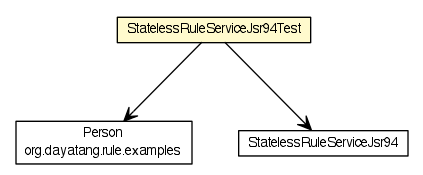
The Graphviz diagram testapidocs/org/dayatang/rule/impl/StatelessRuleServiceJsr94Test.png in dayatang/dddlib, before a commit. Its source is kept beside it as testapidocs/org/dayatang/rule/impl/StatelessRuleServiceJsr94Test.dot. The source it was exported from:
```dot

digraph G {
	edge [fontname="Helvetica",fontsize=10,labelfontname="Helvetica",labelfontsize=10];
	node [fontname="Helvetica",fontsize=10,shape=plaintext];
	nodesep=0.25;
	ranksep=0.5;
	c44095 [label=<<table title="org.dayatang.rule.examples.Person" border="0" cellborder="1" cellspacing="0" cellpadding="2" port="p" href="../examples/Person.html">
		<tr><td><table border="0" cellspacing="0" cellpadding="1">
<tr><td align="center" balign="center"> Person </td></tr>
<tr><td align="center" balign="center"> org.dayatang.rule.examples </td></tr>
		</table></td></tr>
		</table>>, URL="../examples/Person.html", fontname="Helvetica", fontcolor="black", fontsize=10.0];
	c44100 [label=<<table title="org.dayatang.rule.impl.StatelessRuleServiceJsr94Test" border="0" cellborder="1" cellspacing="0" cellpadding="2" port="p" bgcolor="lemonChiffon" href="./StatelessRuleServiceJsr94Test.html">
		<tr><td><table border="0" cellspacing="0" cellpadding="1">
<tr><td align="center" balign="center"> StatelessRuleServiceJsr94Test </td></tr>
		</table></td></tr>
		</table>>, URL="./StatelessRuleServiceJsr94Test.html", fontname="Helvetica", fontcolor="black", fontsize=10.0];
	c44100:p -> c44172:p [taillabel="", label=" "headlabel="", fontname="Helvetica", fontcolor="black", fontsize=10.0, color="black", arrowhead=open];
	c44100:p -> c44095:p [taillabel="", label=" "headlabel="", fontname="Helvetica", fontcolor="black", fontsize=10.0, color="black", arrowhead=open];
	c44172 [label=<<table title="org.dayatang.rule.impl.StatelessRuleServiceJsr94" border="0" cellborder="1" cellspacing="0" cellpadding="2" port="p" href="http://java.sun.com/j2se/1.4.2/docs/api/org/dayatang/rule/impl/StatelessRuleServiceJsr94.html">
		<tr><td><table border="0" cellspacing="0" cellpadding="1">
<tr><td align="center" balign="center"> StatelessRuleServiceJsr94 </td></tr>
		</table></td></tr>
		</table>>, URL="http://java.sun.com/j2se/1.4.2/docs/api/org/dayatang/rule/impl/StatelessRuleServiceJsr94.html", fontname="Helvetica", fontcolor="black", fontsize=10.0];
}
```
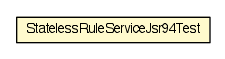
Later version of the same file.

What changed in the source:
```diff
@@ -4,22 +4,9 @@
 	node [fontname="Helvetica",fontsize=10,shape=plaintext];
 	nodesep=0.25;
 	ranksep=0.5;
-	c44095 [label=<<table title="org.dayatang.rule.examples.Person" border="0" cellborder="1" cellspacing="0" cellpadding="2" port="p" href="../examples/Person.html">
-		<tr><td><table border="0" cellspacing="0" cellpadding="1">
-<tr><td align="center" balign="center"> Person </td></tr>
-<tr><td align="center" balign="center"> org.dayatang.rule.examples </td></tr>
-		</table></td></tr>
-		</table>>, URL="../examples/Person.html", fontname="Helvetica", fontcolor="black", fontsize=10.0];
-	c44100 [label=<<table title="org.dayatang.rule.impl.StatelessRuleServiceJsr94Test" border="0" cellborder="1" cellspacing="0" cellpadding="2" port="p" bgcolor="lemonChiffon" href="./StatelessRuleServiceJsr94Test.html">
+	c43680 [label=<<table title="org.dayatang.rule.impl.StatelessRuleServiceJsr94Test" border="0" cellborder="1" cellspacing="0" cellpadding="2" port="p" bgcolor="lemonChiffon" href="./StatelessRuleServiceJsr94Test.html">
 		<tr><td><table border="0" cellspacing="0" cellpadding="1">
 <tr><td align="center" balign="center"> StatelessRuleServiceJsr94Test </td></tr>
 		</table></td></tr>
 		</table>>, URL="./StatelessRuleServiceJsr94Test.html", fontname="Helvetica", fontcolor="black", fontsize=10.0];
-	c44100:p -> c44172:p [taillabel="", label=" "headlabel="", fontname="Helvetica", fontcolor="black", fontsize=10.0, color="black", arrowhead=open];
-	c44100:p -> c44095:p [taillabel="", label=" "headlabel="", fontname="Helvetica", fontcolor="black", fontsize=10.0, color="black", arrowhead=open];
-	c44172 [label=<<table title="org.dayatang.rule.impl.StatelessRuleServiceJsr94" border="0" cellborder="1" cellspacing="0" cellpadding="2" port="p" href="http://java.sun.com/j2se/1.4.2/docs/api/org/dayatang/rule/impl/StatelessRuleServiceJsr94.html">
-		<tr><td><table border="0" cellspacing="0" cellpadding="1">
-<tr><td align="center" balign="center"> StatelessRuleServiceJsr94 </td></tr>
-		</table></td></tr>
-		</table>>, URL="http://java.sun.com/j2se/1.4.2/docs/api/org/dayatang/rule/impl/StatelessRuleServiceJsr94.html", fontname="Helvetica", fontcolor="black", fontsize=10.0];
 }
```
